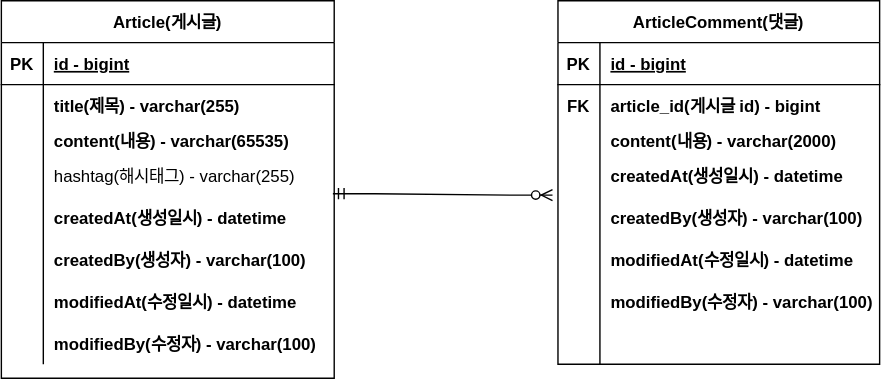
Earlier version of the draw.io export document/project-board-ERD.svg (Anyohan/project-board-spring). Source tidied: cells renumbered, new cells last; positions are measured from the earlier drawing's top-left corner, leaving out a move shared by most shapes.
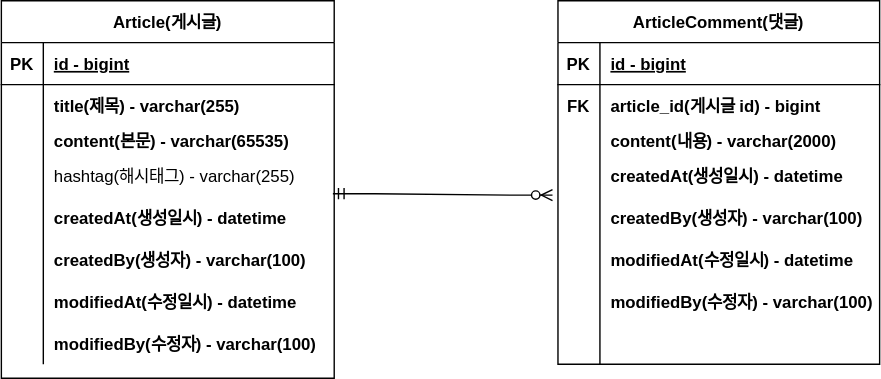
After the change.

Commit message:
#7 - ERD 주석 업데이트 Update project-board-ERD.svg

Change to the diagram source:
```diff
@@ -29,7 +29,7 @@
     <mxCell id="10" style="shape=partialRectangle;fillColor=none;top=0;left=0;bottom=0;right=0;overflow=hidden;" parent="9" vertex="1">
       <mxGeometry width="30" height="20" as="geometry" />
     </mxCell>
-    <mxCell id="11" value="content(내용) - varchar(65535)" style="shape=partialRectangle;fillColor=none;top=0;left=0;bottom=0;right=0;align=left;spacingLeft=6;overflow=hidden;fontStyle=1;" parent="9" vertex="1">
+    <mxCell id="11" value="content(본문) - varchar(65535)" style="shape=partialRectangle;fillColor=none;top=0;left=0;bottom=0;right=0;align=left;spacingLeft=6;overflow=hidden;fontStyle=1;" parent="9" vertex="1">
       <mxGeometry x="30" width="208" height="20" as="geometry" />
     </mxCell>
     <mxCell id="12" style="shape=tableRow;horizontal=0;startSize=0;swimlaneHead=0;swimlaneBody=0;fillColor=none;points=[[0,0.5],[1,0.5]];portConstraint=eastwest;top=0;left=0;right=0;bottom=0;" parent="2" vertex="1">
```
